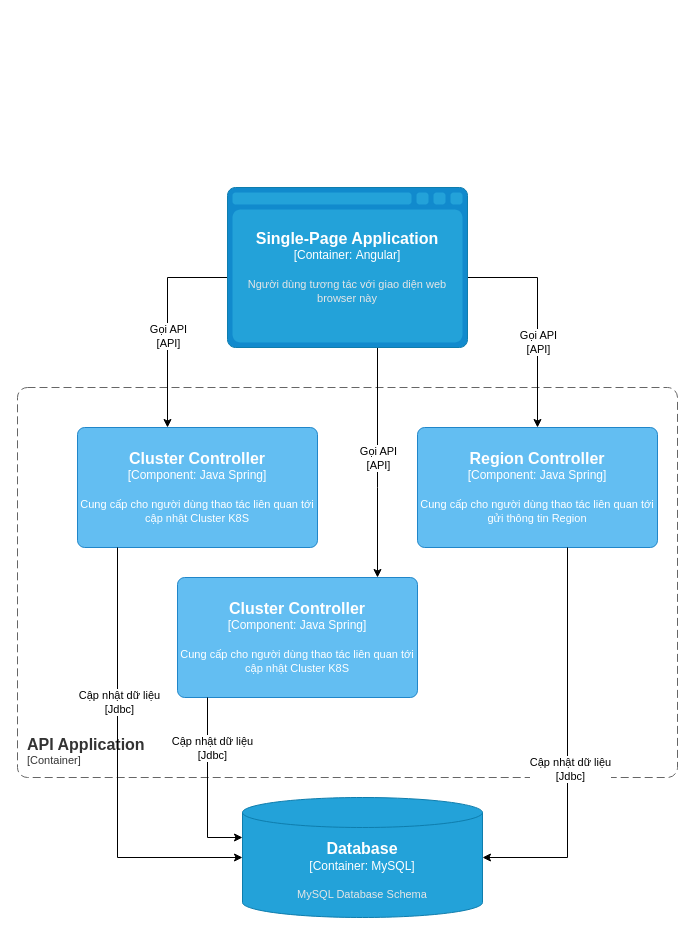
Earlier version of the draw.io diagram IDG-Portal lv3 Infra API.drawio (dangngocsoncntt/draw.io). Source tidied: cells renumbered, new cells numbered last; positions are measured from the earlier drawing's top-left corner, leaving out a move shared by most shapes. Both pictures are drawn from the tidied source at 100%, with x=0, y=0 at pixel (17, 187).
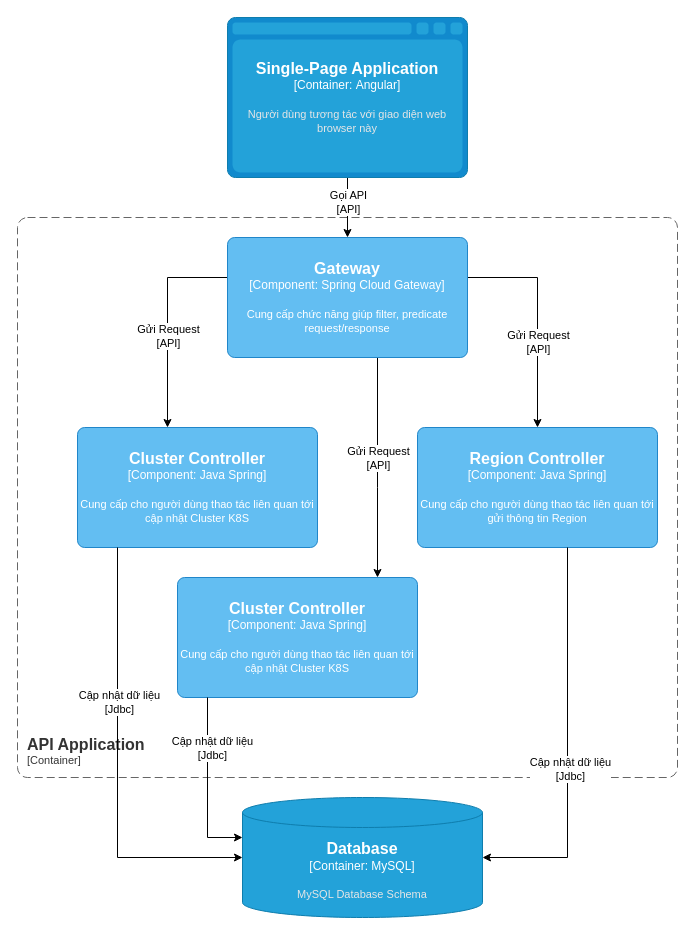
The same diagram, later.

Unchanged cells that the change refers to:
```xml
<object id="10" label="&lt;font style=&quot;font-size: 16px&quot;&gt;&lt;b&gt;%c4Name%&lt;/b&gt;&lt;/font&gt;&lt;div&gt;[%c4Type%: %c4Technology%]&lt;/div&gt;&lt;br&gt;&lt;div&gt;&lt;font style=&quot;font-size: 11px&quot;&gt;%c4Description%&lt;/font&gt;&lt;/div&gt;" c4Description="Cung cấp cho người dùng thao tác liên quan tới cập nhật Cluster K8S" c4Name="Cluster Controller" c4Technology="Java Spring" c4Type="Component" placeholders="1">
  <mxCell style="rounded=1;whiteSpace=wrap;html=1;labelBackgroundColor=none;fillColor=#63BEF2;fontColor=#ffffff;align=center;arcSize=6;strokeColor=#2086C9;points=[[0.25,0,0],[0.5,0,0],[0.75,0,0],[1,0.25,0],[1,0.5,0],[1,0.75,0],[0.75,1,0],[0.5,1,0],[0.25,1,0],[0,0.75,0],[0,0.5,0],[0,0.25,0]];" parent="1" vertex="1">
    <mxGeometry x="60" y="240" width="240" height="120" as="geometry" />
  </mxCell>
</object>
<object id="11" label="&lt;font style=&quot;font-size: 16px&quot;&gt;&lt;b&gt;%c4Name%&lt;/b&gt;&lt;/font&gt;&lt;div&gt;[%c4Type%: %c4Technology%]&lt;/div&gt;&lt;br&gt;&lt;div&gt;&lt;font style=&quot;font-size: 11px&quot;&gt;%c4Description%&lt;/font&gt;&lt;/div&gt;" c4Description="Cung cấp cho người dùng thao tác liên quan tới gửi thông tin Region" c4Name="Region Controller" c4Technology="Java Spring" c4Type="Component" placeholders="1">
  <mxCell style="rounded=1;whiteSpace=wrap;html=1;labelBackgroundColor=none;fillColor=#63BEF2;fontColor=#ffffff;align=center;arcSize=6;strokeColor=#2086C9;points=[[0.25,0,0],[0.5,0,0],[0.75,0,0],[1,0.25,0],[1,0.5,0],[1,0.75,0],[0.75,1,0],[0.5,1,0],[0.25,1,0],[0,0.75,0],[0,0.5,0],[0,0.25,0]];" parent="1" vertex="1">
    <mxGeometry x="400" y="240" width="240" height="120" as="geometry" />
  </mxCell>
</object>
<object id="17" label="&lt;font style=&quot;font-size: 16px&quot;&gt;&lt;b&gt;%c4Name%&lt;/b&gt;&lt;/font&gt;&lt;div&gt;[%c4Type%: %c4Technology%]&lt;/div&gt;&lt;br&gt;&lt;div&gt;&lt;font style=&quot;font-size: 11px&quot;&gt;%c4Description%&lt;/font&gt;&lt;/div&gt;" c4Description="Cung cấp cho người dùng thao tác liên quan tới cập nhật Cluster K8S" c4Name="Cluster Controller" c4Technology="Java Spring" c4Type="Component" placeholders="1">
  <mxCell style="rounded=1;whiteSpace=wrap;html=1;labelBackgroundColor=none;fillColor=#63BEF2;fontColor=#ffffff;align=center;arcSize=6;strokeColor=#2086C9;points=[[0.25,0,0],[0.5,0,0],[0.75,0,0],[1,0.25,0],[1,0.5,0],[1,0.75,0],[0.75,1,0],[0.5,1,0],[0.25,1,0],[0,0.75,0],[0,0.5,0],[0,0.25,0]];" parent="1" vertex="1">
    <mxGeometry x="160" y="390" width="240" height="120" as="geometry" />
  </mxCell>
</object>
```

The edit, as a diff of the source:
```diff
@@
     <object id="2" label="&lt;font style=&quot;font-size: 16px&quot;&gt;&lt;b&gt;&lt;div style=&quot;text-align: left&quot;&gt;%c4Name%&lt;/div&gt;&lt;/b&gt;&lt;/font&gt;&lt;div style=&quot;text-align: left&quot;&gt;[%c4Application%]&lt;/div&gt;" c4Application="Container" c4Name="API Application" placeholders="1">
       <mxCell style="rounded=1;fontSize=11;whiteSpace=wrap;html=1;dashed=1;arcSize=20;fillColor=none;strokeColor=#666666;fontColor=#333333;labelBackgroundColor=none;align=left;verticalAlign=bottom;labelBorderColor=none;spacingTop=0;spacing=10;dashPattern=8 4;perimeter=rectanglePerimeter;noLabel=0;labelPadding=0;absoluteArcSize=1;" parent="1" vertex="1">
-        <mxGeometry y="200" width="660" height="390" as="geometry" />
+        <mxGeometry y="30" width="660" height="560" as="geometry" />
       </mxCell>
     </object>
-    <mxCell id="3" style="edgeStyle=orthogonalEdgeStyle;rounded=0;jettySize=auto;html=1;" parent="1" edge="1" source="9" target="10">
+    <mxCell id="3" style="edgeStyle=orthogonalEdgeStyle;rounded=0;jettySize=auto;html=1;" parent="1" edge="1" target="10">
       <mxGeometry relative="1" as="geometry">
+        <mxPoint x="210" y="90" as="sourcePoint" />
         <Array as="points">
           <mxPoint x="150" y="90" />
         </Array>
       </mxGeometry>
     </mxCell>
-    <mxCell id="4" value="Gọi API&lt;br style=&quot;border-color: var(--border-color);&quot;&gt;[API]" style="edgeLabel;html=1;align=center;verticalAlign=middle;" parent="3" vertex="1">
+    <mxCell id="4" value="Gửi Request&lt;br style=&quot;border-color: var(--border-color);&quot;&gt;[API]" style="edgeLabel;html=1;align=center;verticalAlign=middle;" parent="3" vertex="1">
       <mxGeometry x="0.12" relative="1" as="geometry" />
     </mxCell>
-    <mxCell id="5" style="edgeStyle=orthogonalEdgeStyle;rounded=0;jettySize=auto;html=1;" parent="1" edge="1" source="9" target="11">
+    <mxCell id="5" style="edgeStyle=orthogonalEdgeStyle;rounded=0;jettySize=auto;html=1;" parent="1" edge="1" target="11">
       <mxGeometry relative="1" as="geometry">
+        <mxPoint x="450" y="90" as="sourcePoint" />
         <Array as="points">
           <mxPoint x="520" y="90" />
         </Array>
       </mxGeometry>
     </mxCell>
-    <mxCell id="6" value="Gọi API&lt;br style=&quot;border-color: var(--border-color);&quot;&gt;[API]" style="edgeLabel;html=1;align=center;verticalAlign=middle;" parent="5" vertex="1">
+    <mxCell id="6" value="Gửi Request&lt;br style=&quot;border-color: var(--border-color);&quot;&gt;[API]" style="edgeLabel;html=1;align=center;verticalAlign=middle;" parent="5" vertex="1">
       <mxGeometry x="0.35" y="-2" relative="1" as="geometry">
         <mxPoint x="2" y="-15" as="offset" />
       </mxGeometry>
     </mxCell>
-    <mxCell id="7" style="edgeStyle=orthogonalEdgeStyle;rounded=0;jettySize=auto;html=1;" parent="1" edge="1" source="9" target="17">
+    <mxCell id="7" style="edgeStyle=orthogonalEdgeStyle;rounded=0;jettySize=auto;html=1;" parent="1" edge="1" target="17">
       <mxGeometry relative="1" as="geometry">
+        <mxPoint x="360" y="160" as="sourcePoint" />
         <Array as="points">
           <mxPoint x="360" y="300" />
           <mxPoint x="360" y="300" />
         </Array>
       </mxGeometry>
     </mxCell>
-    <mxCell id="8" value="Gọi API&lt;br style=&quot;border-color: var(--border-color);&quot;&gt;[API]" style="edgeLabel;html=1;align=center;verticalAlign=middle;" parent="7" vertex="1">
+    <mxCell id="8" value="Gửi Request&lt;br style=&quot;border-color: var(--border-color);&quot;&gt;[API]" style="edgeLabel;html=1;align=center;verticalAlign=middle;" parent="7" vertex="1">
       <mxGeometry x="-0.36" relative="1" as="geometry">
         <mxPoint y="36" as="offset" />
       </mxGeometry>
     </mxCell>
-    <object id="9" label="&lt;font style=&quot;font-size: 16px&quot;&gt;&lt;b&gt;%c4Type%&lt;/b&gt;&lt;/font&gt;&lt;div&gt;[%c4Container%:&amp;nbsp;%c4Technology%]&lt;/div&gt;&lt;br&gt;&lt;div&gt;&lt;font style=&quot;font-size: 11px&quot;&gt;&lt;font color=&quot;#E6E6E6&quot;&gt;%c4Description%&lt;/font&gt;&lt;/div&gt;" c4Container="Container" c4Description="Người dùng tương tác với giao diện web browser này" c4Technology="Angular" c4Type="Single-Page Application" placeholders="1">
-      <mxCell style="shape=mxgraph.c4.webBrowserContainer2;whiteSpace=wrap;html=1;boundedLbl=1;rounded=0;labelBackgroundColor=none;strokeColor=#118ACD;fillColor=#23A2D9;strokeColor=#118ACD;strokeColor2=#0E7DAD;fontSize=12;fontColor=#ffffff;align=center;points=[[0.5,0,0],[1,0.25,0],[1,0.5,0],[1,0.75,0],[0.5,1,0],[0,0.75,0],[0,0.5,0],[0,0.25,0]];" parent="1" vertex="1">
-        <mxGeometry x="210" width="240" height="160" as="geometry" />
-      </mxCell>
-    </object>
@@
+    <mxCell id="20" style="edgeStyle=orthogonalEdgeStyle;rounded=0;jettySize=auto;html=1;" parent="1" edge="1" source="9" target="22">
+      <mxGeometry relative="1" as="geometry" />
+    </mxCell>
+    <mxCell id="21" value="Gọi API&lt;br&gt;[API]" style="edgeLabel;html=1;align=center;verticalAlign=middle;" parent="20" vertex="1">
+      <mxGeometry x="-0.21" relative="1" as="geometry" />
+    </mxCell>
+    <object id="9" label="&lt;font style=&quot;font-size: 16px&quot;&gt;&lt;b&gt;%c4Type%&lt;/b&gt;&lt;/font&gt;&lt;div&gt;[%c4Container%:&amp;nbsp;%c4Technology%]&lt;/div&gt;&lt;br&gt;&lt;div&gt;&lt;font style=&quot;font-size: 11px&quot;&gt;&lt;font color=&quot;#E6E6E6&quot;&gt;%c4Description%&lt;/font&gt;&lt;/div&gt;" c4Container="Container" c4Description="Người dùng tương tác với giao diện web browser này" c4Technology="Angular" c4Type="Single-Page Application" placeholders="1">
+      <mxCell style="shape=mxgraph.c4.webBrowserContainer2;whiteSpace=wrap;html=1;boundedLbl=1;rounded=0;labelBackgroundColor=none;strokeColor=#118ACD;fillColor=#23A2D9;strokeColor=#118ACD;strokeColor2=#0E7DAD;fontSize=12;fontColor=#ffffff;align=center;points=[[0.5,0,0],[1,0.25,0],[1,0.5,0],[1,0.75,0],[0.5,1,0],[0,0.75,0],[0,0.5,0],[0,0.25,0]];" parent="1" vertex="1">
+        <mxGeometry x="210" y="-170" width="240" height="160" as="geometry" />
+      </mxCell>
+    </object>
+    <object id="22" label="&lt;font style=&quot;font-size: 16px&quot;&gt;&lt;b&gt;%c4Name%&lt;/b&gt;&lt;/font&gt;&lt;div&gt;[%c4Type%: %c4Technology%]&lt;/div&gt;&lt;br&gt;&lt;div&gt;&lt;font style=&quot;font-size: 11px&quot;&gt;%c4Description%&lt;/font&gt;&lt;/div&gt;" c4Description="Cung cấp chức năng giúp filter, predicate request/response" c4Name="Gateway" c4Technology="Spring Cloud Gateway" c4Type="Component" placeholders="1">
+      <mxCell style="rounded=1;whiteSpace=wrap;html=1;labelBackgroundColor=none;fillColor=#63BEF2;fontColor=#ffffff;align=center;arcSize=6;strokeColor=#2086C9;points=[[0.25,0,0],[0.5,0,0],[0.75,0,0],[1,0.25,0],[1,0.5,0],[1,0.75,0],[0.75,1,0],[0.5,1,0],[0.25,1,0],[0,0.75,0],[0,0.5,0],[0,0.25,0]];" parent="1" vertex="1">
+        <mxGeometry x="210" y="50" width="240" height="120" as="geometry" />
+      </mxCell>
+    </object>
```
